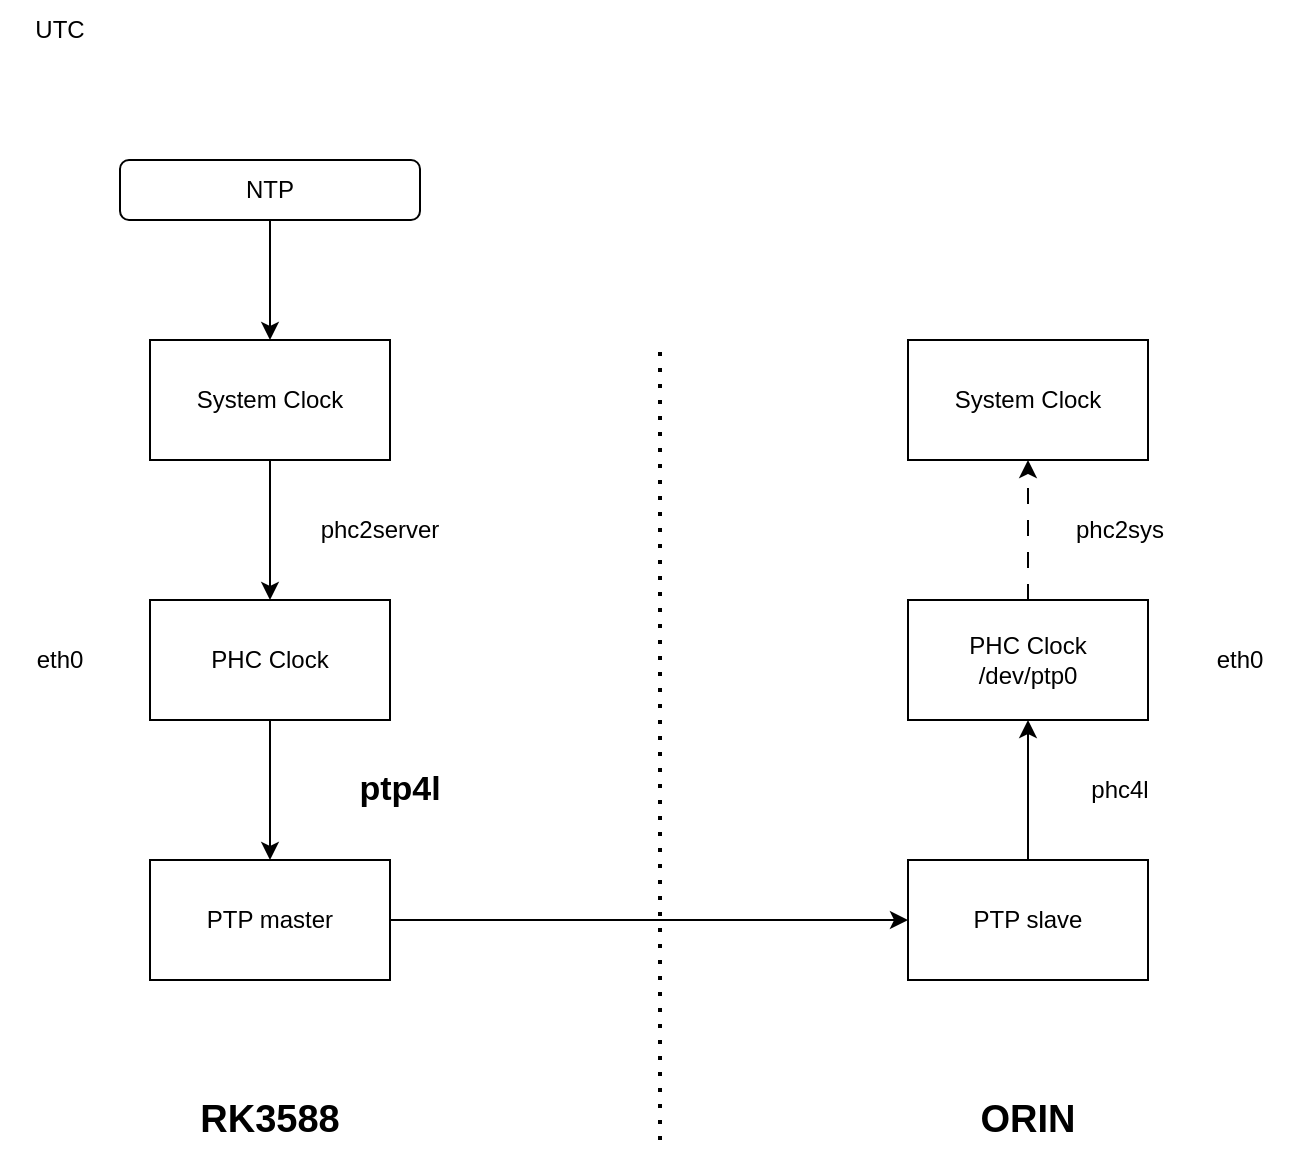
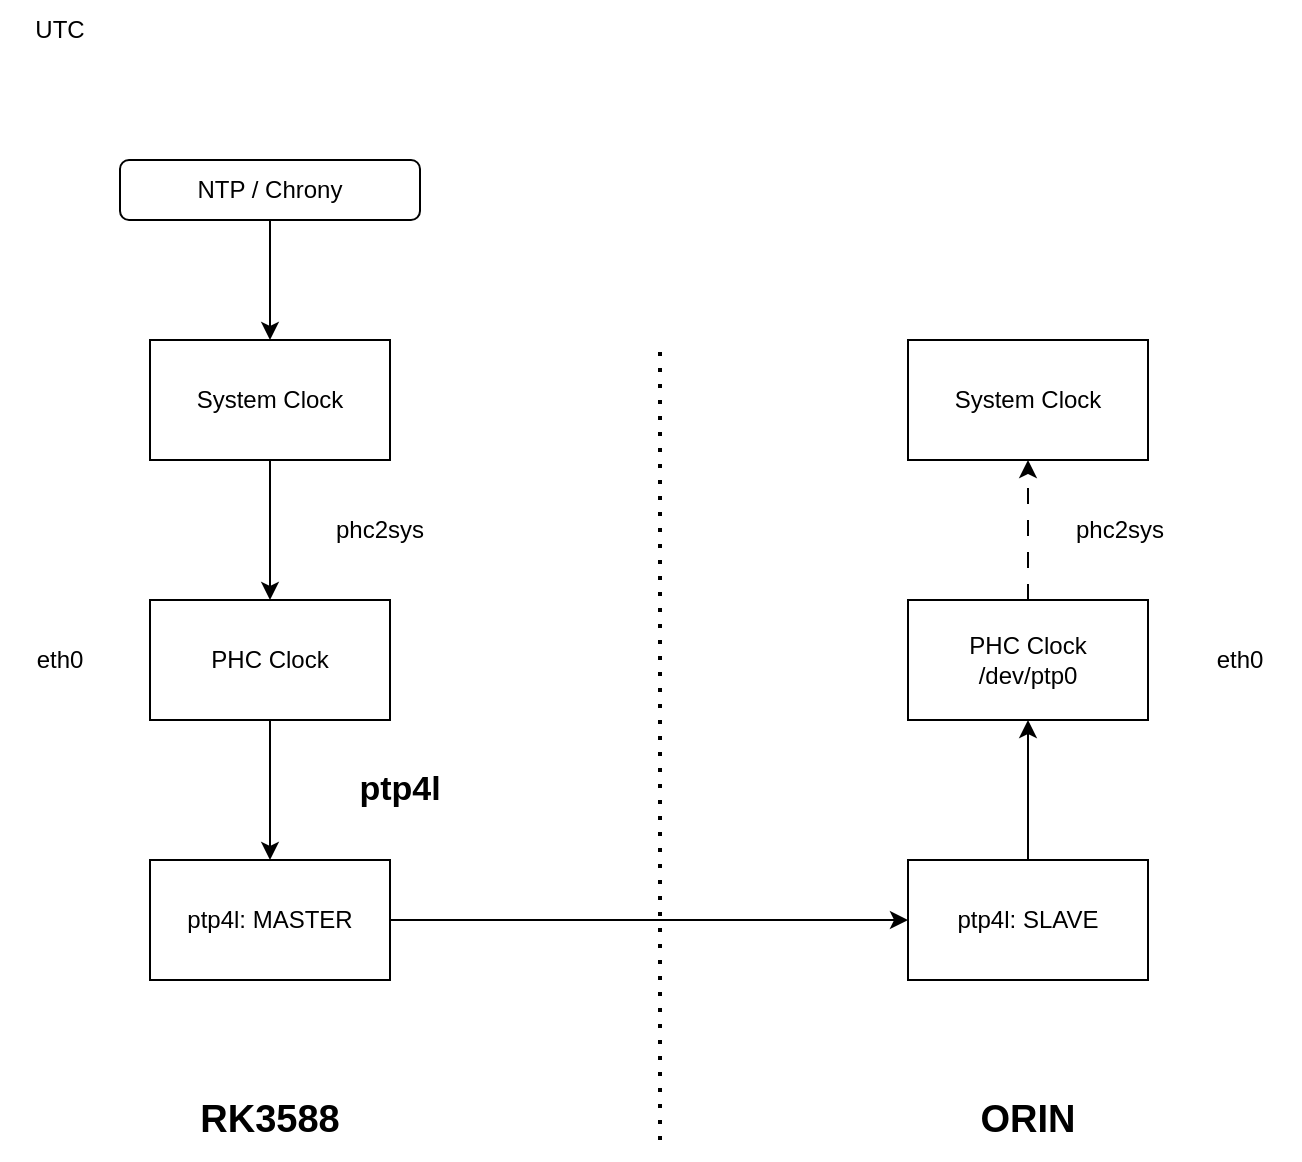
<mxfile host="app.diagrams.net" agent="Mozilla/5.0 (Windows NT 10.0; Win64; x64) AppleWebKit/537.36 (KHTML, like Gecko) Chrome/148.0.0.0 Safari/537.36">
  <diagram name="第 1 页" id="xi5zx8poPBdEaGlYp24N">
    <mxGraphModel dx="1122" dy="596" grid="1" gridSize="10" guides="1" tooltips="1" connect="1" arrows="1" fold="1" page="1" pageScale="1" pageWidth="827" pageHeight="1169" math="0" shadow="0">
      <root>
        <mxCell id="0" />
        <mxCell id="1" parent="0" />
        <mxCell id="9tWx0qsMY7gKmuM-r2hu-1" edge="1" parent="1" source="473n1farRfXXC9yVkO81-1" style="edgeStyle=orthogonalEdgeStyle;rounded=0;orthogonalLoop=1;jettySize=auto;html=1;" target="473n1farRfXXC9yVkO81-7" value="">
          <mxGeometry relative="1" as="geometry" />
        </mxCell>
-         <mxCell id="473n1farRfXXC9yVkO81-1" parent="1" style="rounded=1;whiteSpace=wrap;html=1;" value="NTP" vertex="1">
+         <mxCell id="473n1farRfXXC9yVkO81-1" parent="1" style="rounded=1;whiteSpace=wrap;html=1;" value="NTP / Chrony" vertex="1">
          <mxGeometry height="30" width="150" x="130" y="150" as="geometry" />
        </mxCell>
        <mxCell id="473n1farRfXXC9yVkO81-6" parent="1" style="text;html=1;whiteSpace=wrap;strokeColor=none;fillColor=none;align=center;verticalAlign=middle;rounded=0;" value="UTC" vertex="1">
          <mxGeometry height="30" width="60" x="70" y="70" as="geometry" />
        </mxCell>
        <mxCell id="9tWx0qsMY7gKmuM-r2hu-3" edge="1" parent="1" source="473n1farRfXXC9yVkO81-7" style="edgeStyle=orthogonalEdgeStyle;rounded=0;orthogonalLoop=1;jettySize=auto;html=1;" target="9tWx0qsMY7gKmuM-r2hu-2" value="">
          <mxGeometry relative="1" as="geometry" />
        </mxCell>
        <mxCell id="473n1farRfXXC9yVkO81-7" parent="1" style="rounded=0;whiteSpace=wrap;html=1;" value="System Clock" vertex="1">
          <mxGeometry height="60" width="120" x="145" y="240" as="geometry" />
        </mxCell>
        <mxCell id="9tWx0qsMY7gKmuM-r2hu-5" edge="1" parent="1" source="9tWx0qsMY7gKmuM-r2hu-2" style="edgeStyle=orthogonalEdgeStyle;rounded=0;orthogonalLoop=1;jettySize=auto;html=1;" target="9tWx0qsMY7gKmuM-r2hu-4" value="">
          <mxGeometry relative="1" as="geometry" />
        </mxCell>
        <mxCell id="9tWx0qsMY7gKmuM-r2hu-2" parent="1" style="rounded=0;whiteSpace=wrap;html=1;" value="PHC Clock" vertex="1">
          <mxGeometry height="60" width="120" x="145" y="370" as="geometry" />
        </mxCell>
        <mxCell id="9tWx0qsMY7gKmuM-r2hu-11" edge="1" parent="1" source="9tWx0qsMY7gKmuM-r2hu-4" style="edgeStyle=orthogonalEdgeStyle;rounded=0;orthogonalLoop=1;jettySize=auto;html=1;exitX=1;exitY=0.5;exitDx=0;exitDy=0;entryX=0;entryY=0.5;entryDx=0;entryDy=0;" target="9tWx0qsMY7gKmuM-r2hu-9">
          <mxGeometry relative="1" as="geometry" />
        </mxCell>
-         <mxCell id="9tWx0qsMY7gKmuM-r2hu-4" parent="1" style="rounded=0;whiteSpace=wrap;html=1;" value="PTP master" vertex="1">
+         <mxCell id="9tWx0qsMY7gKmuM-r2hu-4" parent="1" style="rounded=0;whiteSpace=wrap;html=1;" value="ptp4l: MASTER" vertex="1">
          <mxGeometry height="60" width="120" x="145" y="500" as="geometry" />
        </mxCell>
-         <mxCell id="9tWx0qsMY7gKmuM-r2hu-6" parent="1" style="text;html=1;whiteSpace=wrap;strokeColor=none;fillColor=none;align=center;verticalAlign=middle;rounded=0;" value="phc2server" vertex="1">
+         <mxCell id="9tWx0qsMY7gKmuM-r2hu-6" parent="1" style="text;html=1;whiteSpace=wrap;strokeColor=none;fillColor=none;align=center;verticalAlign=middle;rounded=0;" value="phc2sys" vertex="1">
          <mxGeometry height="30" width="60" x="230" y="320" as="geometry" />
        </mxCell>
        <mxCell id="9tWx0qsMY7gKmuM-r2hu-7" parent="1" style="text;html=1;whiteSpace=wrap;strokeColor=none;fillColor=none;align=center;verticalAlign=middle;rounded=0;fontStyle=1;fontColor=light-dark(#000000,#CC0000);fontSize=17;" value="ptp4l" vertex="1">
          <mxGeometry height="30" width="60" x="240" y="450" as="geometry" />
        </mxCell>
        <mxCell id="9tWx0qsMY7gKmuM-r2hu-8" edge="1" parent="1" style="endArrow=none;dashed=1;html=1;dashPattern=1 3;strokeWidth=2;rounded=0;" value="">
          <mxGeometry height="50" relative="1" width="50" as="geometry">
            <mxPoint x="400" y="640" as="sourcePoint" />
            <mxPoint x="400" y="240" as="targetPoint" />
          </mxGeometry>
        </mxCell>
        <mxCell id="9tWx0qsMY7gKmuM-r2hu-12" edge="1" parent="1" source="9tWx0qsMY7gKmuM-r2hu-9" style="edgeStyle=orthogonalEdgeStyle;rounded=0;orthogonalLoop=1;jettySize=auto;html=1;exitX=0.5;exitY=0;exitDx=0;exitDy=0;entryX=0.5;entryY=1;entryDx=0;entryDy=0;" target="9tWx0qsMY7gKmuM-r2hu-10">
          <mxGeometry relative="1" as="geometry" />
        </mxCell>
-         <mxCell id="9tWx0qsMY7gKmuM-r2hu-9" parent="1" style="rounded=0;whiteSpace=wrap;html=1;" value="PTP slave" vertex="1">
+         <mxCell id="9tWx0qsMY7gKmuM-r2hu-9" parent="1" style="rounded=0;whiteSpace=wrap;html=1;" value="ptp4l: SLAVE" vertex="1">
          <mxGeometry height="60" width="120" x="524" y="500" as="geometry" />
        </mxCell>
        <mxCell id="9tWx0qsMY7gKmuM-r2hu-24" edge="1" parent="1" source="9tWx0qsMY7gKmuM-r2hu-10" style="edgeStyle=orthogonalEdgeStyle;rounded=0;orthogonalLoop=1;jettySize=auto;html=1;exitX=0.5;exitY=0;exitDx=0;exitDy=0;entryX=0.5;entryY=1;entryDx=0;entryDy=0;dashed=1;dashPattern=8 8;" target="9tWx0qsMY7gKmuM-r2hu-14">
          <mxGeometry relative="1" as="geometry" />
        </mxCell>
        <mxCell id="9tWx0qsMY7gKmuM-r2hu-10" parent="1" style="rounded=0;whiteSpace=wrap;html=1;" value="PHC Clock&lt;br&gt;/dev/ptp0" vertex="1">
          <mxGeometry height="60" width="120" x="524" y="370" as="geometry" />
-         </mxCell>
-         <mxCell id="9tWx0qsMY7gKmuM-r2hu-13" parent="1" style="text;html=1;whiteSpace=wrap;strokeColor=none;fillColor=none;align=center;verticalAlign=middle;rounded=0;" value="phc4l" vertex="1">
-           <mxGeometry height="30" width="60" x="600" y="450" as="geometry" />
        </mxCell>
        <mxCell id="9tWx0qsMY7gKmuM-r2hu-14" parent="1" style="rounded=0;whiteSpace=wrap;html=1;" value="System Clock" vertex="1">
          <mxGeometry height="60" width="120" x="524" y="240" as="geometry" />
        </mxCell>
        <mxCell id="9tWx0qsMY7gKmuM-r2hu-16" parent="1" style="text;html=1;whiteSpace=wrap;strokeColor=none;fillColor=none;align=center;verticalAlign=middle;rounded=0;fontStyle=1;fontSize=19;" value="RK3588" vertex="1">
          <mxGeometry height="40" width="120" x="145" y="610" as="geometry" />
        </mxCell>
        <mxCell id="9tWx0qsMY7gKmuM-r2hu-18" parent="1" style="text;html=1;whiteSpace=wrap;strokeColor=none;fillColor=none;align=center;verticalAlign=middle;rounded=0;fontStyle=1;fontSize=19;" value="ORIN" vertex="1">
          <mxGeometry height="40" width="120" x="524" y="610" as="geometry" />
        </mxCell>
        <mxCell id="9tWx0qsMY7gKmuM-r2hu-19" parent="1" style="text;html=1;whiteSpace=wrap;strokeColor=none;fillColor=none;align=center;verticalAlign=middle;rounded=0;" value="eth0" vertex="1">
          <mxGeometry height="30" width="60" x="70" y="385" as="geometry" />
        </mxCell>
        <mxCell id="9tWx0qsMY7gKmuM-r2hu-20" parent="1" style="text;html=1;whiteSpace=wrap;strokeColor=none;fillColor=none;align=center;verticalAlign=middle;rounded=0;" value="eth0" vertex="1">
          <mxGeometry height="30" width="60" x="660" y="385" as="geometry" />
        </mxCell>
        <mxCell id="9tWx0qsMY7gKmuM-r2hu-23" parent="1" style="text;html=1;whiteSpace=wrap;strokeColor=none;fillColor=none;align=center;verticalAlign=middle;rounded=0;" value="phc2sys" vertex="1">
          <mxGeometry height="30" width="60" x="600" y="320" as="geometry" />
        </mxCell>
      </root>
    </mxGraphModel>
  </diagram>
</mxfile>
